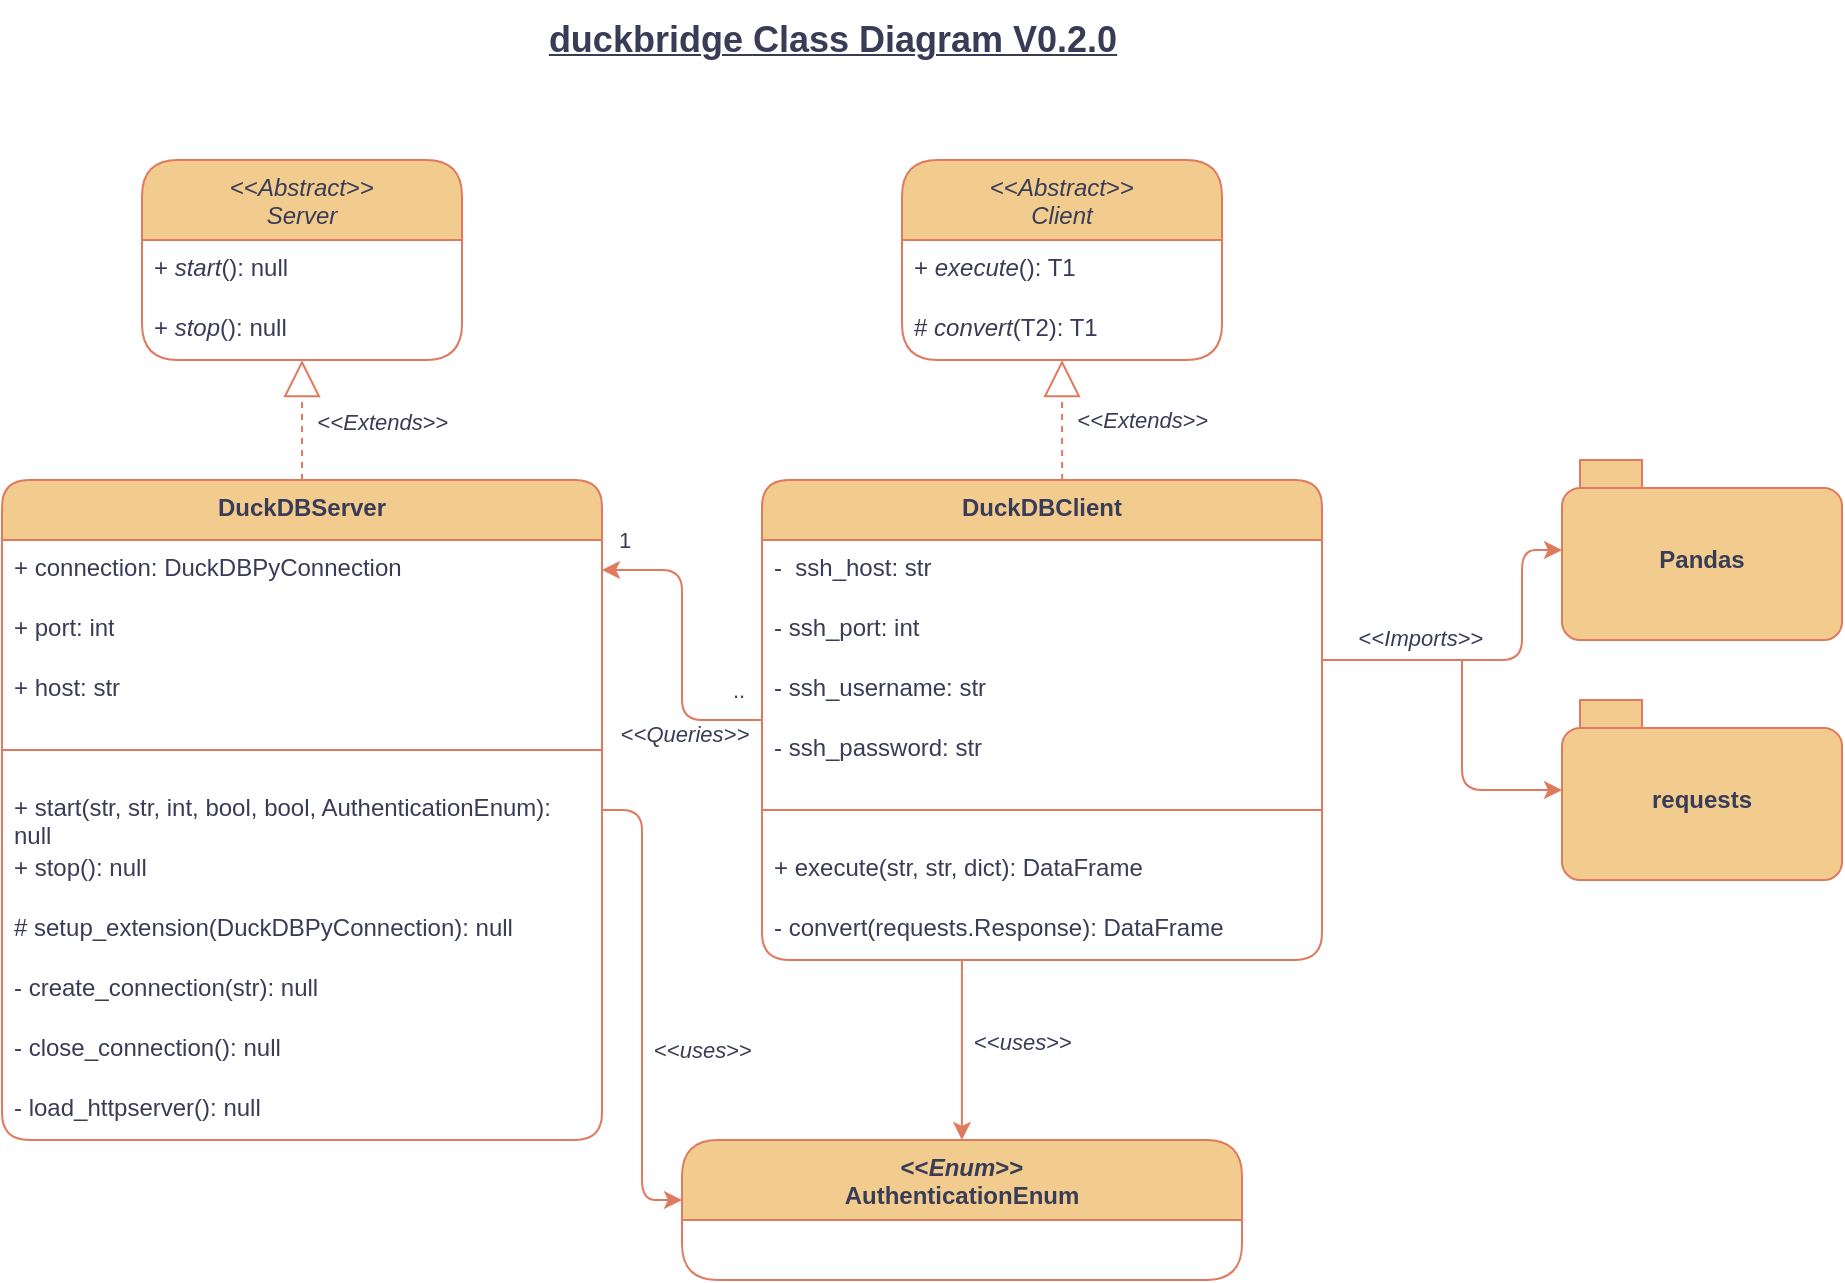
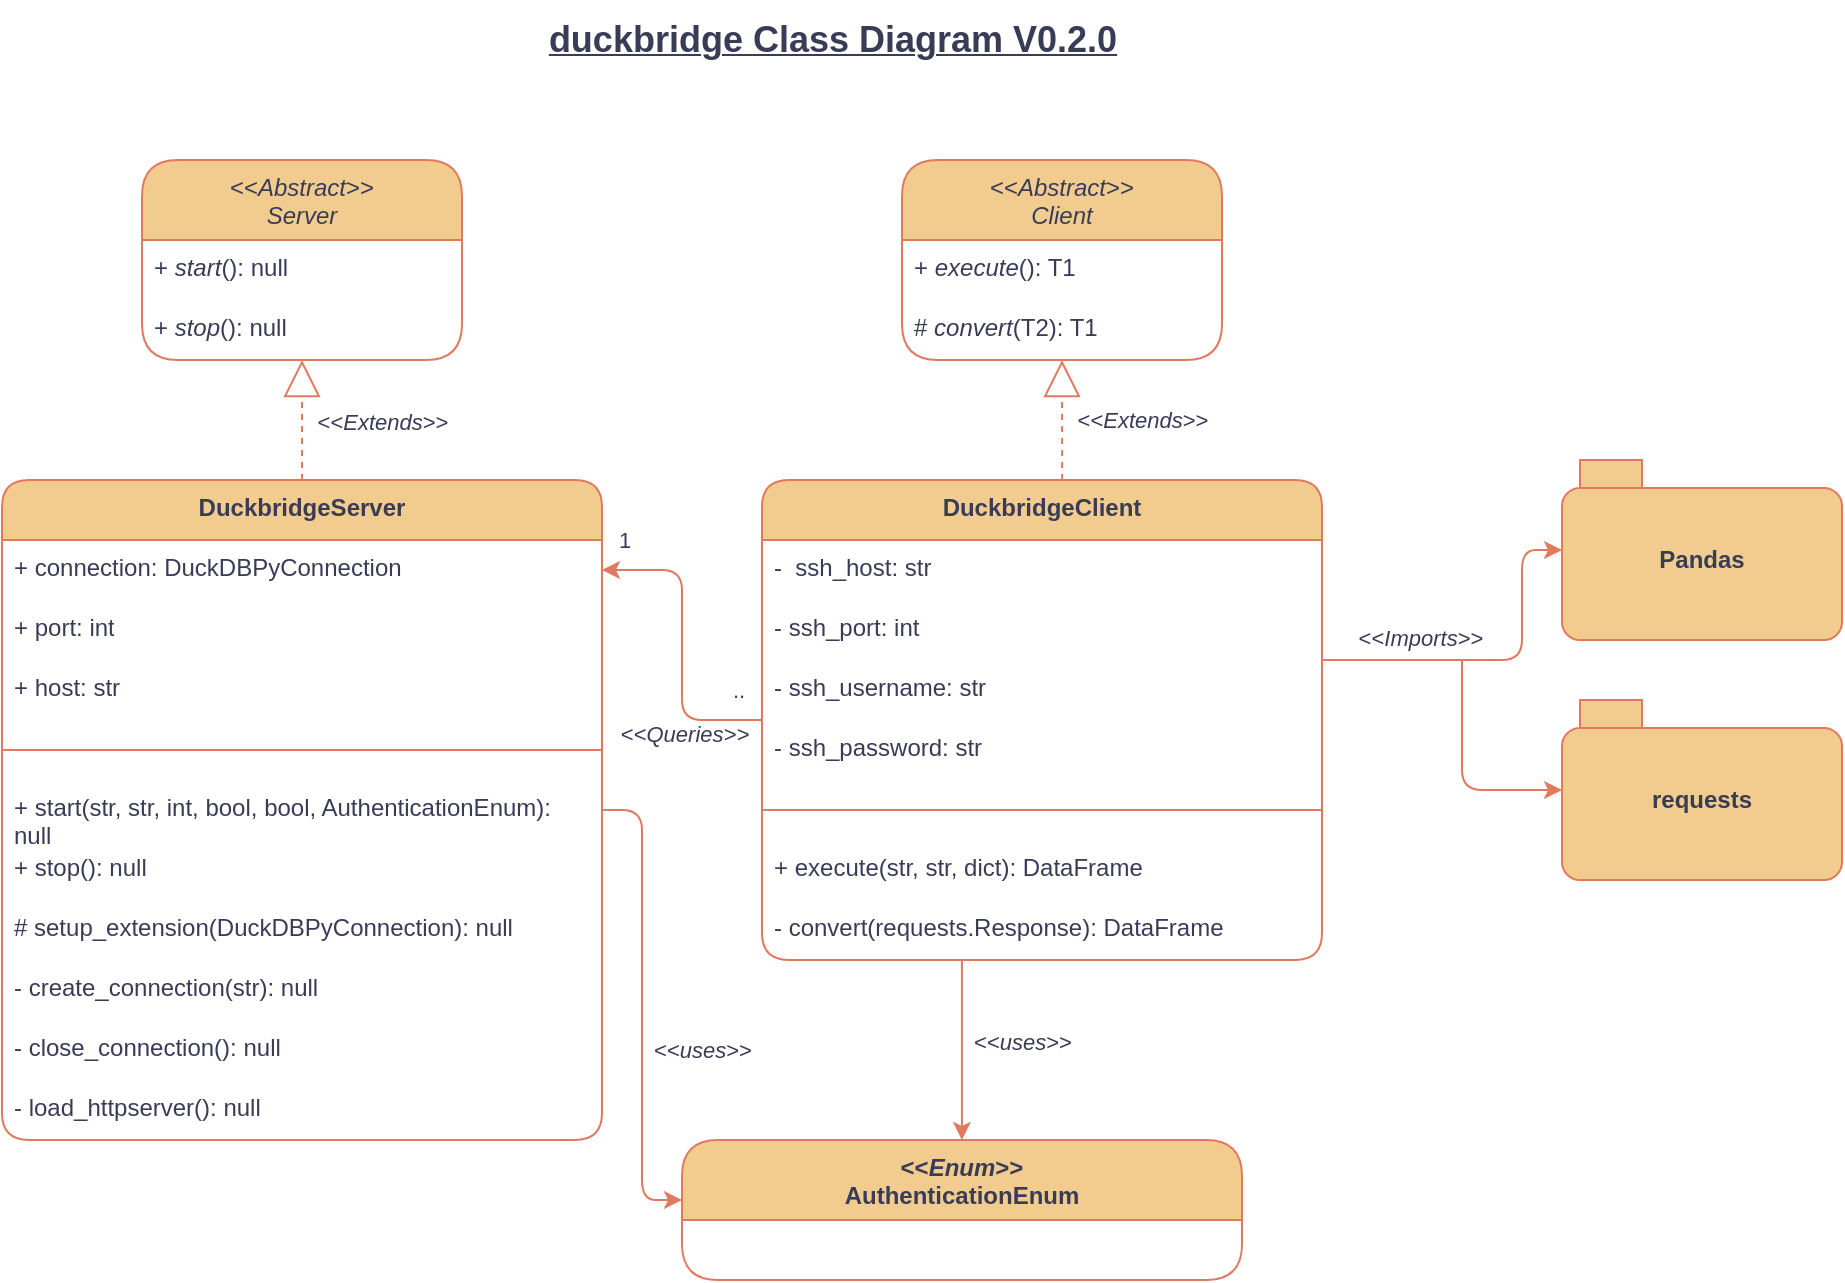
<mxfile host="app.diagrams.net" agent="Mozilla/5.0 (Windows NT 10.0; Win64; x64; rv:139.0) Gecko/20100101 Firefox/139.0" version="27.1.5">
  <diagram id="C5RBs43oDa-KdzZeNtuy" name="Page-1">
    <mxGraphModel dx="1277" dy="364" grid="1" gridSize="10" guides="1" tooltips="1" connect="1" arrows="1" fold="1" page="1" pageScale="1" pageWidth="827" pageHeight="1169" math="0" shadow="0">
      <root>
        <mxCell id="WIyWlLk6GJQsqaUBKTNV-0" />
        <mxCell id="WIyWlLk6GJQsqaUBKTNV-1" parent="WIyWlLk6GJQsqaUBKTNV-0" />
        <mxCell id="kcf2LkI8dwvKkDhvZ8Tp-4" value="&lt;div&gt;&lt;span style=&quot;font-weight: normal;&quot;&gt;&amp;lt;&amp;lt;&lt;i&gt;Abstract&lt;/i&gt;&amp;gt;&amp;gt;&lt;/span&gt;&lt;/div&gt;&lt;div&gt;&lt;span style=&quot;font-weight: normal;&quot;&gt;&lt;i&gt;Server&lt;/i&gt;&lt;/span&gt;&lt;/div&gt;" style="swimlane;fontStyle=1;align=center;verticalAlign=top;childLayout=stackLayout;horizontal=1;startSize=40;horizontalStack=0;resizeParent=1;resizeParentMax=0;resizeLast=0;collapsible=1;marginBottom=0;whiteSpace=wrap;html=1;labelBackgroundColor=none;fillColor=#F2CC8F;strokeColor=#E07A5F;fontColor=#393C56;rounded=1;" vertex="1" parent="WIyWlLk6GJQsqaUBKTNV-1">
          <mxGeometry x="250" y="130" width="160" height="100" as="geometry" />
        </mxCell>
        <mxCell id="kcf2LkI8dwvKkDhvZ8Tp-7" value="+ &lt;i&gt;start&lt;/i&gt;(): null" style="text;strokeColor=none;fillColor=none;align=left;verticalAlign=top;spacingLeft=4;spacingRight=4;overflow=hidden;rotatable=0;points=[[0,0.5],[1,0.5]];portConstraint=eastwest;whiteSpace=wrap;html=1;labelBackgroundColor=none;fontColor=#393C56;rounded=1;" vertex="1" parent="kcf2LkI8dwvKkDhvZ8Tp-4">
          <mxGeometry y="40" width="160" height="30" as="geometry" />
        </mxCell>
        <mxCell id="kcf2LkI8dwvKkDhvZ8Tp-8" value="+ &lt;i&gt;stop&lt;/i&gt;(): null" style="text;strokeColor=none;fillColor=none;align=left;verticalAlign=top;spacingLeft=4;spacingRight=4;overflow=hidden;rotatable=0;points=[[0,0.5],[1,0.5]];portConstraint=eastwest;whiteSpace=wrap;html=1;labelBackgroundColor=none;fontColor=#393C56;rounded=1;" vertex="1" parent="kcf2LkI8dwvKkDhvZ8Tp-4">
          <mxGeometry y="70" width="160" height="30" as="geometry" />
        </mxCell>
        <mxCell id="kcf2LkI8dwvKkDhvZ8Tp-37" value="" style="endArrow=block;endSize=16;endFill=0;html=1;rounded=1;labelBackgroundColor=none;strokeColor=#E07A5F;fontColor=default;" edge="1" parent="WIyWlLk6GJQsqaUBKTNV-1">
          <mxGeometry x="0.2" y="-50" width="160" relative="1" as="geometry">
            <mxPoint x="340" y="270" as="sourcePoint" />
            <mxPoint x="340" y="270" as="targetPoint" />
            <mxPoint as="offset" />
          </mxGeometry>
        </mxCell>
        <mxCell id="kcf2LkI8dwvKkDhvZ8Tp-138" value="" style="edgeStyle=orthogonalEdgeStyle;rounded=1;orthogonalLoop=1;jettySize=auto;html=1;strokeColor=#E07A5F;fontColor=#393C56;fillColor=#F2CC8F;entryX=0;entryY=0.429;entryDx=0;entryDy=0;entryPerimeter=0;" edge="1" parent="WIyWlLk6GJQsqaUBKTNV-1" source="kcf2LkI8dwvKkDhvZ8Tp-40" target="kcf2LkI8dwvKkDhvZ8Tp-127">
          <mxGeometry relative="1" as="geometry">
            <mxPoint x="440" y="740" as="targetPoint" />
          </mxGeometry>
        </mxCell>
        <mxCell id="kcf2LkI8dwvKkDhvZ8Tp-139" value="&amp;lt;&amp;lt;&lt;i&gt;uses&lt;/i&gt;&amp;gt;&amp;gt;" style="edgeLabel;html=1;align=center;verticalAlign=middle;resizable=0;points=[];rounded=1;strokeColor=#E07A5F;fontColor=#393C56;fillColor=#F2CC8F;" vertex="1" connectable="0" parent="kcf2LkI8dwvKkDhvZ8Tp-138">
          <mxGeometry x="0.234" y="-3" relative="1" as="geometry">
            <mxPoint x="33" y="-5" as="offset" />
          </mxGeometry>
        </mxCell>
-         <mxCell id="kcf2LkI8dwvKkDhvZ8Tp-40" value="DuckDBServer" style="swimlane;fontStyle=1;align=center;verticalAlign=top;childLayout=stackLayout;horizontal=1;startSize=30;horizontalStack=0;resizeParent=1;resizeParentMax=0;resizeLast=0;collapsible=1;marginBottom=0;whiteSpace=wrap;html=1;labelBackgroundColor=none;fillColor=#F2CC8F;strokeColor=#E07A5F;fontColor=#393C56;rounded=1;" vertex="1" parent="WIyWlLk6GJQsqaUBKTNV-1">
+         <mxCell id="kcf2LkI8dwvKkDhvZ8Tp-40" value="DuckbridgeServer" style="swimlane;fontStyle=1;align=center;verticalAlign=top;childLayout=stackLayout;horizontal=1;startSize=30;horizontalStack=0;resizeParent=1;resizeParentMax=0;resizeLast=0;collapsible=1;marginBottom=0;whiteSpace=wrap;html=1;labelBackgroundColor=none;fillColor=#F2CC8F;strokeColor=#E07A5F;fontColor=#393C56;rounded=1;" vertex="1" parent="WIyWlLk6GJQsqaUBKTNV-1">
          <mxGeometry x="180" y="290" width="300" height="330" as="geometry" />
        </mxCell>
        <mxCell id="kcf2LkI8dwvKkDhvZ8Tp-60" value="+&lt;i&gt;&amp;nbsp;&lt;/i&gt;connection: DuckDBPyConnection" style="text;strokeColor=none;fillColor=none;align=left;verticalAlign=top;spacingLeft=4;spacingRight=4;overflow=hidden;rotatable=0;points=[[0,0.5],[1,0.5]];portConstraint=eastwest;whiteSpace=wrap;html=1;labelBackgroundColor=none;fontColor=#393C56;rounded=1;" vertex="1" parent="kcf2LkI8dwvKkDhvZ8Tp-40">
          <mxGeometry y="30" width="300" height="30" as="geometry" />
        </mxCell>
        <mxCell id="kcf2LkI8dwvKkDhvZ8Tp-62" value="+&lt;i&gt;&amp;nbsp;&lt;/i&gt;port: int" style="text;strokeColor=none;fillColor=none;align=left;verticalAlign=top;spacingLeft=4;spacingRight=4;overflow=hidden;rotatable=0;points=[[0,0.5],[1,0.5]];portConstraint=eastwest;whiteSpace=wrap;html=1;labelBackgroundColor=none;fontColor=#393C56;rounded=1;" vertex="1" parent="kcf2LkI8dwvKkDhvZ8Tp-40">
          <mxGeometry y="60" width="300" height="30" as="geometry" />
        </mxCell>
        <mxCell id="kcf2LkI8dwvKkDhvZ8Tp-61" value="+&amp;nbsp;host: str" style="text;strokeColor=none;fillColor=none;align=left;verticalAlign=top;spacingLeft=4;spacingRight=4;overflow=hidden;rotatable=0;points=[[0,0.5],[1,0.5]];portConstraint=eastwest;whiteSpace=wrap;html=1;labelBackgroundColor=none;fontColor=#393C56;rounded=1;" vertex="1" parent="kcf2LkI8dwvKkDhvZ8Tp-40">
          <mxGeometry y="90" width="300" height="30" as="geometry" />
        </mxCell>
        <mxCell id="kcf2LkI8dwvKkDhvZ8Tp-54" value="" style="line;strokeWidth=1;fillColor=none;align=left;verticalAlign=middle;spacingTop=-1;spacingLeft=3;spacingRight=3;rotatable=0;labelPosition=right;points=[];portConstraint=eastwest;strokeColor=#E07A5F;labelBackgroundColor=none;fontColor=#393C56;rounded=1;" vertex="1" parent="kcf2LkI8dwvKkDhvZ8Tp-40">
          <mxGeometry y="120" width="300" height="30" as="geometry" />
        </mxCell>
        <mxCell id="kcf2LkI8dwvKkDhvZ8Tp-41" value="+&lt;i&gt;&amp;nbsp;&lt;/i&gt;start(str, str, int, bool, bool, AuthenticationEnum): null" style="text;strokeColor=none;fillColor=none;align=left;verticalAlign=top;spacingLeft=4;spacingRight=4;overflow=hidden;rotatable=0;points=[[0,0.5],[1,0.5]];portConstraint=eastwest;whiteSpace=wrap;html=1;labelBackgroundColor=none;fontColor=#393C56;rounded=1;" vertex="1" parent="kcf2LkI8dwvKkDhvZ8Tp-40">
          <mxGeometry y="150" width="300" height="30" as="geometry" />
        </mxCell>
        <mxCell id="kcf2LkI8dwvKkDhvZ8Tp-42" value="+ stop(): null" style="text;strokeColor=none;fillColor=none;align=left;verticalAlign=top;spacingLeft=4;spacingRight=4;overflow=hidden;rotatable=0;points=[[0,0.5],[1,0.5]];portConstraint=eastwest;whiteSpace=wrap;html=1;labelBackgroundColor=none;fontColor=#393C56;rounded=1;" vertex="1" parent="kcf2LkI8dwvKkDhvZ8Tp-40">
          <mxGeometry y="180" width="300" height="30" as="geometry" />
        </mxCell>
        <mxCell id="kcf2LkI8dwvKkDhvZ8Tp-56" value="# setup_extension(DuckDBPyConnection): null" style="text;strokeColor=none;fillColor=none;align=left;verticalAlign=top;spacingLeft=4;spacingRight=4;overflow=hidden;rotatable=0;points=[[0,0.5],[1,0.5]];portConstraint=eastwest;whiteSpace=wrap;html=1;labelBackgroundColor=none;fontColor=#393C56;rounded=1;" vertex="1" parent="kcf2LkI8dwvKkDhvZ8Tp-40">
          <mxGeometry y="210" width="300" height="30" as="geometry" />
        </mxCell>
        <mxCell id="kcf2LkI8dwvKkDhvZ8Tp-58" value="- create_connection(str): null" style="text;strokeColor=none;fillColor=none;align=left;verticalAlign=top;spacingLeft=4;spacingRight=4;overflow=hidden;rotatable=0;points=[[0,0.5],[1,0.5]];portConstraint=eastwest;whiteSpace=wrap;html=1;labelBackgroundColor=none;fontColor=#393C56;rounded=1;" vertex="1" parent="kcf2LkI8dwvKkDhvZ8Tp-40">
          <mxGeometry y="240" width="300" height="30" as="geometry" />
        </mxCell>
        <mxCell id="kcf2LkI8dwvKkDhvZ8Tp-57" value="- close_connection(): null" style="text;strokeColor=none;fillColor=none;align=left;verticalAlign=top;spacingLeft=4;spacingRight=4;overflow=hidden;rotatable=0;points=[[0,0.5],[1,0.5]];portConstraint=eastwest;whiteSpace=wrap;html=1;labelBackgroundColor=none;fontColor=#393C56;rounded=1;" vertex="1" parent="kcf2LkI8dwvKkDhvZ8Tp-40">
          <mxGeometry y="270" width="300" height="30" as="geometry" />
        </mxCell>
        <mxCell id="kcf2LkI8dwvKkDhvZ8Tp-59" value="- load_httpserver(): null" style="text;strokeColor=none;fillColor=none;align=left;verticalAlign=top;spacingLeft=4;spacingRight=4;overflow=hidden;rotatable=0;points=[[0,0.5],[1,0.5]];portConstraint=eastwest;whiteSpace=wrap;html=1;labelBackgroundColor=none;fontColor=#393C56;rounded=1;" vertex="1" parent="kcf2LkI8dwvKkDhvZ8Tp-40">
          <mxGeometry y="300" width="300" height="30" as="geometry" />
        </mxCell>
        <mxCell id="kcf2LkI8dwvKkDhvZ8Tp-53" value="" style="endArrow=block;endSize=16;endFill=0;html=1;rounded=1;labelBackgroundColor=none;strokeColor=#E07A5F;fontColor=default;exitX=0.5;exitY=0;exitDx=0;exitDy=0;exitPerimeter=0;dashed=1;" edge="1" parent="WIyWlLk6GJQsqaUBKTNV-1" source="kcf2LkI8dwvKkDhvZ8Tp-40" target="kcf2LkI8dwvKkDhvZ8Tp-52">
          <mxGeometry x="0.2" y="-50" width="160" relative="1" as="geometry">
            <mxPoint x="330" y="270" as="sourcePoint" />
            <mxPoint x="340" y="280" as="targetPoint" />
            <mxPoint as="offset" />
          </mxGeometry>
        </mxCell>
        <mxCell id="kcf2LkI8dwvKkDhvZ8Tp-79" value="&amp;lt;&amp;lt;&lt;i&gt;Extends&lt;/i&gt;&amp;gt;&amp;gt;" style="edgeLabel;html=1;align=center;verticalAlign=middle;resizable=0;points=[];labelBackgroundColor=none;fontColor=#393C56;rounded=1;" vertex="1" connectable="0" parent="kcf2LkI8dwvKkDhvZ8Tp-53">
          <mxGeometry x="-0.3468" y="1" relative="1" as="geometry">
            <mxPoint x="41" y="-10" as="offset" />
          </mxGeometry>
        </mxCell>
        <mxCell id="kcf2LkI8dwvKkDhvZ8Tp-52" value="" style="shape=waypoint;sketch=0;fillStyle=solid;size=6;pointerEvents=1;points=[];fillColor=none;resizable=0;rotatable=0;perimeter=centerPerimeter;snapToPoint=1;strokeColor=none;labelBackgroundColor=none;fontColor=#393C56;rounded=1;" vertex="1" parent="WIyWlLk6GJQsqaUBKTNV-1">
          <mxGeometry x="320" y="220" width="20" height="20" as="geometry" />
        </mxCell>
        <mxCell id="kcf2LkI8dwvKkDhvZ8Tp-96" style="edgeStyle=orthogonalEdgeStyle;rounded=1;orthogonalLoop=1;jettySize=auto;html=1;entryX=1;entryY=0.5;entryDx=0;entryDy=0;labelBackgroundColor=none;strokeColor=#E07A5F;fontColor=default;" edge="1" parent="WIyWlLk6GJQsqaUBKTNV-1" source="kcf2LkI8dwvKkDhvZ8Tp-80" target="kcf2LkI8dwvKkDhvZ8Tp-60">
          <mxGeometry relative="1" as="geometry" />
        </mxCell>
        <mxCell id="kcf2LkI8dwvKkDhvZ8Tp-97" value="&amp;lt;&amp;lt;&lt;i&gt;Queries&amp;gt;&amp;gt;&lt;/i&gt;" style="edgeLabel;html=1;align=center;verticalAlign=middle;resizable=0;points=[];labelBackgroundColor=none;fontColor=#393C56;rounded=1;" vertex="1" connectable="0" parent="kcf2LkI8dwvKkDhvZ8Tp-96">
          <mxGeometry x="0.3305" y="-1" relative="1" as="geometry">
            <mxPoint y="70" as="offset" />
          </mxGeometry>
        </mxCell>
        <mxCell id="kcf2LkI8dwvKkDhvZ8Tp-116" value=".." style="edgeLabel;html=1;align=center;verticalAlign=middle;resizable=0;points=[];rounded=1;strokeColor=#E07A5F;fontColor=#393C56;fillColor=#F2CC8F;" vertex="1" connectable="0" parent="kcf2LkI8dwvKkDhvZ8Tp-96">
          <mxGeometry x="-0.8362" y="-1" relative="1" as="geometry">
            <mxPoint y="-14" as="offset" />
          </mxGeometry>
        </mxCell>
        <mxCell id="kcf2LkI8dwvKkDhvZ8Tp-117" value="1" style="edgeLabel;html=1;align=center;verticalAlign=middle;resizable=0;points=[];rounded=1;strokeColor=#E07A5F;fontColor=#393C56;fillColor=#F2CC8F;" vertex="1" connectable="0" parent="kcf2LkI8dwvKkDhvZ8Tp-96">
          <mxGeometry x="0.7352" y="-1" relative="1" as="geometry">
            <mxPoint x="-10" y="-14" as="offset" />
          </mxGeometry>
        </mxCell>
-         <mxCell id="kcf2LkI8dwvKkDhvZ8Tp-80" value="DuckDBClient" style="swimlane;fontStyle=1;align=center;verticalAlign=top;childLayout=stackLayout;horizontal=1;startSize=30;horizontalStack=0;resizeParent=1;resizeParentMax=0;resizeLast=0;collapsible=1;marginBottom=0;whiteSpace=wrap;html=1;labelBackgroundColor=none;fillColor=#F2CC8F;strokeColor=#E07A5F;fontColor=#393C56;rounded=1;" vertex="1" parent="WIyWlLk6GJQsqaUBKTNV-1">
+         <mxCell id="kcf2LkI8dwvKkDhvZ8Tp-80" value="DuckbridgeClient" style="swimlane;fontStyle=1;align=center;verticalAlign=top;childLayout=stackLayout;horizontal=1;startSize=30;horizontalStack=0;resizeParent=1;resizeParentMax=0;resizeLast=0;collapsible=1;marginBottom=0;whiteSpace=wrap;html=1;labelBackgroundColor=none;fillColor=#F2CC8F;strokeColor=#E07A5F;fontColor=#393C56;rounded=1;" vertex="1" parent="WIyWlLk6GJQsqaUBKTNV-1">
          <mxGeometry x="560" y="290" width="280" height="240" as="geometry" />
        </mxCell>
        <mxCell id="kcf2LkI8dwvKkDhvZ8Tp-82" value="-&amp;nbsp; ssh_host: str" style="text;strokeColor=none;fillColor=none;align=left;verticalAlign=top;spacingLeft=4;spacingRight=4;overflow=hidden;rotatable=0;points=[[0,0.5],[1,0.5]];portConstraint=eastwest;whiteSpace=wrap;html=1;labelBackgroundColor=none;fontColor=#393C56;rounded=1;" vertex="1" parent="kcf2LkI8dwvKkDhvZ8Tp-80">
          <mxGeometry y="30" width="280" height="30" as="geometry" />
        </mxCell>
        <mxCell id="kcf2LkI8dwvKkDhvZ8Tp-83" value="- ssh_port: int" style="text;strokeColor=none;fillColor=none;align=left;verticalAlign=top;spacingLeft=4;spacingRight=4;overflow=hidden;rotatable=0;points=[[0,0.5],[1,0.5]];portConstraint=eastwest;whiteSpace=wrap;html=1;labelBackgroundColor=none;fontColor=#393C56;rounded=1;" vertex="1" parent="kcf2LkI8dwvKkDhvZ8Tp-80">
          <mxGeometry y="60" width="280" height="30" as="geometry" />
        </mxCell>
        <mxCell id="kcf2LkI8dwvKkDhvZ8Tp-122" value="- ssh_username: str" style="text;strokeColor=none;fillColor=none;align=left;verticalAlign=top;spacingLeft=4;spacingRight=4;overflow=hidden;rotatable=0;points=[[0,0.5],[1,0.5]];portConstraint=eastwest;whiteSpace=wrap;html=1;labelBackgroundColor=none;fontColor=#393C56;rounded=1;" vertex="1" parent="kcf2LkI8dwvKkDhvZ8Tp-80">
          <mxGeometry y="90" width="280" height="30" as="geometry" />
        </mxCell>
        <mxCell id="kcf2LkI8dwvKkDhvZ8Tp-123" value="- ssh_password: str" style="text;strokeColor=none;fillColor=none;align=left;verticalAlign=top;spacingLeft=4;spacingRight=4;overflow=hidden;rotatable=0;points=[[0,0.5],[1,0.5]];portConstraint=eastwest;whiteSpace=wrap;html=1;labelBackgroundColor=none;fontColor=#393C56;rounded=1;" vertex="1" parent="kcf2LkI8dwvKkDhvZ8Tp-80">
          <mxGeometry y="120" width="280" height="30" as="geometry" />
        </mxCell>
        <mxCell id="kcf2LkI8dwvKkDhvZ8Tp-84" value="" style="line;strokeWidth=1;fillColor=none;align=left;verticalAlign=middle;spacingTop=-1;spacingLeft=3;spacingRight=3;rotatable=0;labelPosition=right;points=[];portConstraint=eastwest;strokeColor=#E07A5F;labelBackgroundColor=none;fontColor=#393C56;rounded=1;" vertex="1" parent="kcf2LkI8dwvKkDhvZ8Tp-80">
          <mxGeometry y="150" width="280" height="30" as="geometry" />
        </mxCell>
        <mxCell id="kcf2LkI8dwvKkDhvZ8Tp-87" value="+ execute(str, str, dict): DataFrame" style="text;strokeColor=none;fillColor=none;align=left;verticalAlign=top;spacingLeft=4;spacingRight=4;overflow=hidden;rotatable=0;points=[[0,0.5],[1,0.5]];portConstraint=eastwest;whiteSpace=wrap;html=1;labelBackgroundColor=none;fontColor=#393C56;rounded=1;" vertex="1" parent="kcf2LkI8dwvKkDhvZ8Tp-80">
          <mxGeometry y="180" width="280" height="30" as="geometry" />
        </mxCell>
        <mxCell id="kcf2LkI8dwvKkDhvZ8Tp-89" value="- convert(requests.Response): DataFrame" style="text;strokeColor=none;fillColor=none;align=left;verticalAlign=top;spacingLeft=4;spacingRight=4;overflow=hidden;rotatable=0;points=[[0,0.5],[1,0.5]];portConstraint=eastwest;whiteSpace=wrap;html=1;labelBackgroundColor=none;fontColor=#393C56;rounded=1;" vertex="1" parent="kcf2LkI8dwvKkDhvZ8Tp-80">
          <mxGeometry y="210" width="280" height="30" as="geometry" />
        </mxCell>
        <mxCell id="kcf2LkI8dwvKkDhvZ8Tp-95" value="&lt;u&gt;&lt;b&gt;&lt;font style=&quot;font-size: 18px;&quot;&gt;duckbridge&amp;nbsp;&lt;font&gt;Class Diagram V0.2.0&lt;/font&gt;&lt;/font&gt;&lt;/b&gt;&lt;/u&gt;" style="text;html=1;align=center;verticalAlign=middle;resizable=0;points=[];autosize=1;strokeColor=none;fillColor=none;labelBackgroundColor=none;fontColor=#393C56;rounded=1;" vertex="1" parent="WIyWlLk6GJQsqaUBKTNV-1">
          <mxGeometry x="390" y="50" width="410" height="40" as="geometry" />
        </mxCell>
        <mxCell id="kcf2LkI8dwvKkDhvZ8Tp-98" value="&lt;div&gt;&lt;span style=&quot;font-weight: normal;&quot;&gt;&amp;lt;&amp;lt;&lt;i&gt;Abstract&lt;/i&gt;&amp;gt;&amp;gt;&lt;/span&gt;&lt;/div&gt;&lt;div&gt;&lt;span style=&quot;font-weight: normal;&quot;&gt;&lt;i&gt;Client&lt;/i&gt;&lt;/span&gt;&lt;/div&gt;" style="swimlane;fontStyle=1;align=center;verticalAlign=top;childLayout=stackLayout;horizontal=1;startSize=40;horizontalStack=0;resizeParent=1;resizeParentMax=0;resizeLast=0;collapsible=1;marginBottom=0;whiteSpace=wrap;html=1;labelBackgroundColor=none;fillColor=#F2CC8F;strokeColor=#E07A5F;fontColor=#393C56;rounded=1;" vertex="1" parent="WIyWlLk6GJQsqaUBKTNV-1">
          <mxGeometry x="630" y="130" width="160" height="100" as="geometry" />
        </mxCell>
        <mxCell id="kcf2LkI8dwvKkDhvZ8Tp-99" value="+ &lt;i&gt;execute&lt;/i&gt;(): T1" style="text;strokeColor=none;fillColor=none;align=left;verticalAlign=top;spacingLeft=4;spacingRight=4;overflow=hidden;rotatable=0;points=[[0,0.5],[1,0.5]];portConstraint=eastwest;whiteSpace=wrap;html=1;labelBackgroundColor=none;fontColor=#393C56;rounded=1;" vertex="1" parent="kcf2LkI8dwvKkDhvZ8Tp-98">
          <mxGeometry y="40" width="160" height="30" as="geometry" />
        </mxCell>
        <mxCell id="kcf2LkI8dwvKkDhvZ8Tp-100" value="#&amp;nbsp;&lt;i&gt;convert&lt;/i&gt;(T2): T1" style="text;strokeColor=none;fillColor=none;align=left;verticalAlign=top;spacingLeft=4;spacingRight=4;overflow=hidden;rotatable=0;points=[[0,0.5],[1,0.5]];portConstraint=eastwest;whiteSpace=wrap;html=1;labelBackgroundColor=none;fontColor=#393C56;rounded=1;" vertex="1" parent="kcf2LkI8dwvKkDhvZ8Tp-98">
          <mxGeometry y="70" width="160" height="30" as="geometry" />
        </mxCell>
        <mxCell id="kcf2LkI8dwvKkDhvZ8Tp-101" value="" style="endArrow=block;endSize=16;endFill=0;html=1;rounded=1;labelBackgroundColor=none;strokeColor=#E07A5F;fontColor=default;" edge="1" parent="WIyWlLk6GJQsqaUBKTNV-1">
          <mxGeometry x="0.2" y="-50" width="160" relative="1" as="geometry">
            <mxPoint x="710" y="270" as="sourcePoint" />
            <mxPoint x="710" y="270" as="targetPoint" />
            <mxPoint as="offset" />
          </mxGeometry>
        </mxCell>
        <mxCell id="kcf2LkI8dwvKkDhvZ8Tp-104" value="" style="endArrow=block;endSize=16;endFill=0;html=1;rounded=1;labelBackgroundColor=none;strokeColor=#E07A5F;fontColor=default;exitX=0.536;exitY=0;exitDx=0;exitDy=0;exitPerimeter=0;dashed=1;" edge="1" parent="WIyWlLk6GJQsqaUBKTNV-1" source="kcf2LkI8dwvKkDhvZ8Tp-80" target="kcf2LkI8dwvKkDhvZ8Tp-106">
          <mxGeometry x="0.2" y="-50" width="160" relative="1" as="geometry">
            <mxPoint x="710" y="270" as="sourcePoint" />
            <mxPoint x="710" y="280" as="targetPoint" />
            <mxPoint as="offset" />
          </mxGeometry>
        </mxCell>
        <mxCell id="kcf2LkI8dwvKkDhvZ8Tp-105" value="&amp;lt;&amp;lt;&lt;i&gt;Extends&lt;/i&gt;&amp;gt;&amp;gt;" style="edgeLabel;html=1;align=center;verticalAlign=middle;resizable=0;points=[];labelBackgroundColor=none;fontColor=#393C56;rounded=1;" vertex="1" connectable="0" parent="kcf2LkI8dwvKkDhvZ8Tp-104">
          <mxGeometry x="-0.3468" y="1" relative="1" as="geometry">
            <mxPoint x="41" y="-11" as="offset" />
          </mxGeometry>
        </mxCell>
        <mxCell id="kcf2LkI8dwvKkDhvZ8Tp-106" value="" style="shape=waypoint;sketch=0;fillStyle=solid;size=6;pointerEvents=1;points=[];fillColor=none;resizable=0;rotatable=0;perimeter=centerPerimeter;snapToPoint=1;strokeColor=none;labelBackgroundColor=none;fontColor=#393C56;rounded=1;" vertex="1" parent="WIyWlLk6GJQsqaUBKTNV-1">
          <mxGeometry x="700" y="220" width="20" height="20" as="geometry" />
        </mxCell>
        <mxCell id="kcf2LkI8dwvKkDhvZ8Tp-107" value="Pandas" style="shape=folder;fontStyle=1;spacingTop=10;tabWidth=40;tabHeight=14;tabPosition=left;html=1;whiteSpace=wrap;labelBackgroundColor=none;fillColor=#F2CC8F;strokeColor=#E07A5F;fontColor=#393C56;rounded=1;" vertex="1" parent="WIyWlLk6GJQsqaUBKTNV-1">
          <mxGeometry x="960" y="280" width="140" height="90" as="geometry" />
        </mxCell>
        <mxCell id="kcf2LkI8dwvKkDhvZ8Tp-109" style="edgeStyle=orthogonalEdgeStyle;rounded=1;orthogonalLoop=1;jettySize=auto;html=1;strokeColor=#E07A5F;fontColor=#393C56;fillColor=#F2CC8F;entryX=0.5;entryY=0.5;entryDx=0;entryDy=0;entryPerimeter=0;endArrow=none;startFill=1;flowAnimation=0;startArrow=classic;" edge="1" parent="WIyWlLk6GJQsqaUBKTNV-1" source="kcf2LkI8dwvKkDhvZ8Tp-108" target="kcf2LkI8dwvKkDhvZ8Tp-111">
          <mxGeometry relative="1" as="geometry">
            <mxPoint x="880" y="390" as="targetPoint" />
          </mxGeometry>
        </mxCell>
        <mxCell id="kcf2LkI8dwvKkDhvZ8Tp-108" value="requests" style="shape=folder;fontStyle=1;spacingTop=10;tabWidth=40;tabHeight=14;tabPosition=left;html=1;whiteSpace=wrap;labelBackgroundColor=none;fillColor=#F2CC8F;strokeColor=#E07A5F;fontColor=#393C56;rounded=1;" vertex="1" parent="WIyWlLk6GJQsqaUBKTNV-1">
          <mxGeometry x="960" y="400" width="140" height="90" as="geometry" />
        </mxCell>
        <mxCell id="kcf2LkI8dwvKkDhvZ8Tp-112" value="" style="edgeStyle=orthogonalEdgeStyle;rounded=1;orthogonalLoop=1;jettySize=auto;html=1;strokeColor=#E07A5F;fontColor=#393C56;fillColor=#F2CC8F;endArrow=none;startFill=1;startArrow=classic;" edge="1" parent="WIyWlLk6GJQsqaUBKTNV-1" source="kcf2LkI8dwvKkDhvZ8Tp-107" target="kcf2LkI8dwvKkDhvZ8Tp-111">
          <mxGeometry relative="1" as="geometry">
            <mxPoint x="880" y="380" as="targetPoint" />
            <mxPoint x="960" y="315" as="sourcePoint" />
          </mxGeometry>
        </mxCell>
        <mxCell id="kcf2LkI8dwvKkDhvZ8Tp-111" value="" style="shape=waypoint;sketch=0;fillStyle=solid;size=6;pointerEvents=1;points=[];fillColor=none;resizable=0;rotatable=0;perimeter=centerPerimeter;snapToPoint=1;rounded=1;strokeColor=none;fontColor=#393C56;" vertex="1" parent="WIyWlLk6GJQsqaUBKTNV-1">
          <mxGeometry x="900" y="370" width="20" height="20" as="geometry" />
        </mxCell>
        <mxCell id="kcf2LkI8dwvKkDhvZ8Tp-114" style="edgeStyle=orthogonalEdgeStyle;rounded=1;orthogonalLoop=1;jettySize=auto;html=1;strokeColor=#E07A5F;fontColor=#393C56;fillColor=#F2CC8F;endArrow=none;startFill=0;" edge="1" parent="WIyWlLk6GJQsqaUBKTNV-1" source="kcf2LkI8dwvKkDhvZ8Tp-124">
          <mxGeometry relative="1" as="geometry">
            <mxPoint x="870" y="380" as="targetPoint" />
            <Array as="points">
              <mxPoint x="850" y="380" />
            </Array>
          </mxGeometry>
        </mxCell>
        <mxCell id="kcf2LkI8dwvKkDhvZ8Tp-115" value="&amp;lt;&amp;lt;&lt;i&gt;Imports&lt;/i&gt;&amp;gt;&amp;gt;" style="edgeLabel;html=1;align=center;verticalAlign=middle;resizable=0;points=[];rounded=1;strokeColor=#E07A5F;fontColor=#393C56;fillColor=#F2CC8F;" vertex="1" connectable="0" parent="kcf2LkI8dwvKkDhvZ8Tp-114">
          <mxGeometry x="0.2679" y="-2" relative="1" as="geometry">
            <mxPoint x="30" y="-13" as="offset" />
          </mxGeometry>
        </mxCell>
        <mxCell id="kcf2LkI8dwvKkDhvZ8Tp-125" value="" style="edgeStyle=orthogonalEdgeStyle;rounded=1;orthogonalLoop=1;jettySize=auto;html=1;strokeColor=#E07A5F;fontColor=#393C56;fillColor=#F2CC8F;endArrow=none;startFill=0;" edge="1" parent="WIyWlLk6GJQsqaUBKTNV-1" source="kcf2LkI8dwvKkDhvZ8Tp-111" target="kcf2LkI8dwvKkDhvZ8Tp-124">
          <mxGeometry relative="1" as="geometry">
            <mxPoint x="910" y="380" as="sourcePoint" />
            <mxPoint x="870" y="380" as="targetPoint" />
            <Array as="points" />
          </mxGeometry>
        </mxCell>
        <mxCell id="kcf2LkI8dwvKkDhvZ8Tp-124" value="" style="shape=waypoint;sketch=0;fillStyle=solid;size=6;pointerEvents=1;points=[];fillColor=none;resizable=0;rotatable=0;perimeter=centerPerimeter;snapToPoint=1;rounded=1;strokeColor=none;fontColor=#393C56;" vertex="1" parent="WIyWlLk6GJQsqaUBKTNV-1">
          <mxGeometry x="830" y="370" width="20" height="20" as="geometry" />
        </mxCell>
        <mxCell id="kcf2LkI8dwvKkDhvZ8Tp-127" value="&lt;div&gt;&amp;lt;&amp;lt;&lt;i&gt;Enum&lt;/i&gt;&amp;gt;&amp;gt;&lt;/div&gt;&lt;div&gt;&lt;b&gt;AuthenticationEnum&lt;/b&gt;&lt;/div&gt;" style="swimlane;fontStyle=1;align=center;verticalAlign=top;childLayout=stackLayout;horizontal=1;startSize=40;horizontalStack=0;resizeParent=1;resizeParentMax=0;resizeLast=0;collapsible=1;marginBottom=0;whiteSpace=wrap;html=1;labelBackgroundColor=none;fillColor=#F2CC8F;strokeColor=#E07A5F;fontColor=#393C56;rounded=1;" vertex="1" parent="WIyWlLk6GJQsqaUBKTNV-1">
          <mxGeometry x="520" y="620" width="280" height="70" as="geometry" />
        </mxCell>
        <mxCell id="kcf2LkI8dwvKkDhvZ8Tp-135" style="edgeStyle=orthogonalEdgeStyle;rounded=1;orthogonalLoop=1;jettySize=auto;html=1;entryX=0.357;entryY=1;entryDx=0;entryDy=0;entryPerimeter=0;strokeColor=#E07A5F;fontColor=#393C56;fillColor=#F2CC8F;startArrow=classic;startFill=1;endArrow=none;" edge="1" parent="WIyWlLk6GJQsqaUBKTNV-1" source="kcf2LkI8dwvKkDhvZ8Tp-127" target="kcf2LkI8dwvKkDhvZ8Tp-89">
          <mxGeometry relative="1" as="geometry" />
        </mxCell>
        <mxCell id="kcf2LkI8dwvKkDhvZ8Tp-136" value="&amp;lt;&amp;lt;&lt;i&gt;uses&lt;/i&gt;&amp;gt;&amp;gt;" style="edgeLabel;html=1;align=center;verticalAlign=middle;resizable=0;points=[];rounded=1;strokeColor=#E07A5F;fontColor=#393C56;fillColor=#F2CC8F;" vertex="1" connectable="0" parent="kcf2LkI8dwvKkDhvZ8Tp-135">
          <mxGeometry x="-0.15" y="2" relative="1" as="geometry">
            <mxPoint x="32" y="-11" as="offset" />
          </mxGeometry>
        </mxCell>
      </root>
    </mxGraphModel>
  </diagram>
</mxfile>
